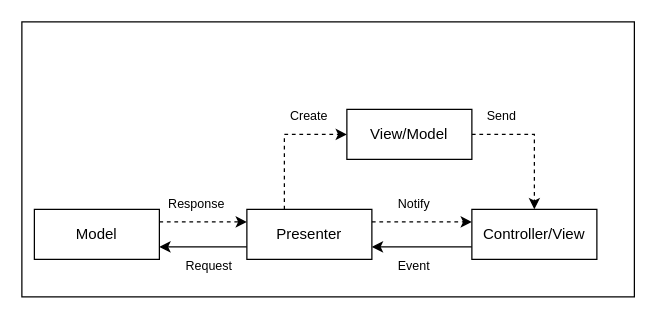
Earlier version of the draw.io diagram MVP.drawio (GamingTechEdu/arquitetura). Source tidied: cells renumbered, new cells numbered last; positions are measured from the earlier drawing's top-left corner, leaving out a move shared by most shapes. Both pictures are drawn from the tidied source at 125%, with x=0, y=0 at pixel (21, 21).
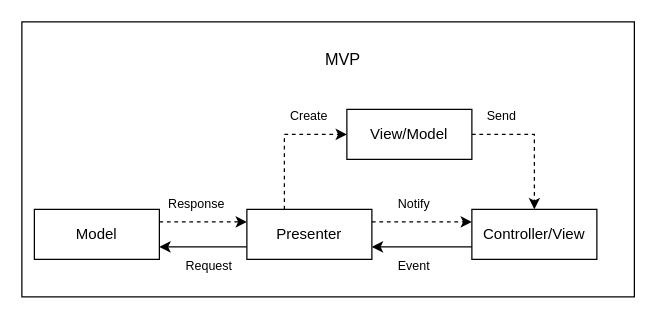
The same diagram, later.

What changed in the source:
```diff
@@
+    <mxCell id="19" value="MVP" style="text;html=1;strokeColor=none;fillColor=none;align=center;verticalAlign=middle;whiteSpace=wrap;rounded=0;fontSize=13;" parent="1" vertex="1">
+      <mxGeometry x="220" y="20" width="74" height="20" as="geometry" />
+    </mxCell>
```
